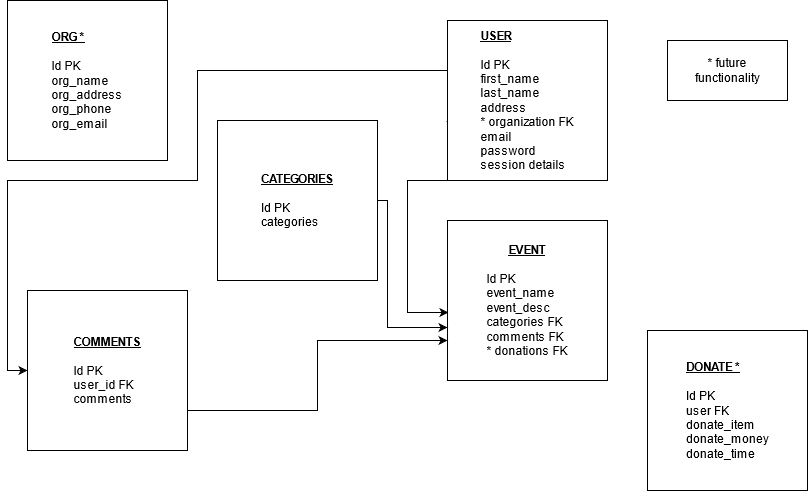
The draw.io diagram Circles DB.png in joyfullyx/project-2, before a commit. Source tidied: cells renumbered, new cells last; positions are measured from the earlier drawing's top-left corner, leaving out a move shared by most shapes.
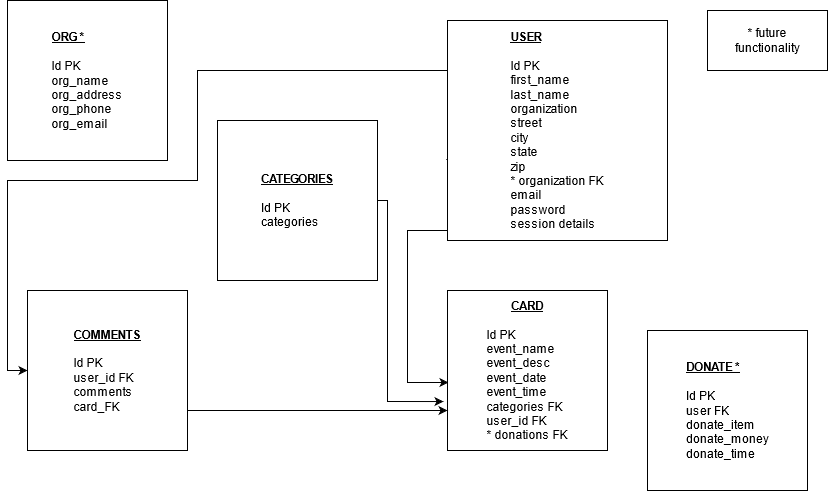
After the change.

Change to the diagram source:
```diff
@@ -1,4 +1,4 @@
-<mxGraphModel>
+<mxGraphModel background="#ffffff">
   <root>
     <mxCell id="0" />
     <mxCell id="1" parent="0" />
@@ -24,11 +24,11 @@
         </Array>
       </mxGeometry>
     </mxCell>
-    <mxCell id="4" value="&lt;div align=&quot;left&quot;&gt;&lt;u&gt;&lt;b&gt;USER&lt;/b&gt;&lt;/u&gt;&lt;/div&gt;&lt;div align=&quot;left&quot;&gt;&lt;u&gt;&lt;b&gt;&lt;/b&gt;&lt;/u&gt;&lt;br&gt;&lt;/div&gt;&lt;div align=&quot;left&quot;&gt;Id PK&lt;/div&gt;&lt;div align=&quot;left&quot;&gt;first_name&lt;/div&gt;&lt;div align=&quot;left&quot;&gt;last_name&lt;/div&gt;&lt;div align=&quot;left&quot;&gt;address&lt;br&gt;&lt;/div&gt;&lt;div align=&quot;left&quot;&gt;* organization FK&lt;br&gt;&lt;/div&gt;&lt;div align=&quot;left&quot;&gt;email&lt;/div&gt;&lt;div align=&quot;left&quot;&gt;password&lt;/div&gt;&lt;div align=&quot;left&quot;&gt;session details&lt;br&gt;&lt;/div&gt;" style="whiteSpace=wrap;html=1;" parent="1" vertex="1">
-      <mxGeometry x="440" y="20" width="160" height="160" as="geometry" />
+    <mxCell id="4" value="&lt;div align=&quot;left&quot;&gt;&lt;u&gt;&lt;b&gt;USER&lt;/b&gt;&lt;/u&gt;&lt;/div&gt;&lt;div align=&quot;left&quot;&gt;&lt;u&gt;&lt;b&gt;&lt;/b&gt;&lt;/u&gt;&lt;br&gt;&lt;/div&gt;&lt;div align=&quot;left&quot;&gt;Id PK&lt;/div&gt;&lt;div align=&quot;left&quot;&gt;first_name&lt;/div&gt;&lt;div align=&quot;left&quot;&gt;last_name&lt;/div&gt;&lt;div align=&quot;left&quot;&gt;organization&lt;br&gt;&lt;/div&gt;&lt;div align=&quot;left&quot;&gt;street&lt;/div&gt;&lt;div align=&quot;left&quot;&gt;city&lt;/div&gt;&lt;div align=&quot;left&quot;&gt;state&lt;/div&gt;&lt;div align=&quot;left&quot;&gt;zip&lt;br&gt;&lt;/div&gt;&lt;div align=&quot;left&quot;&gt;* organization FK&lt;br&gt;&lt;/div&gt;&lt;div align=&quot;left&quot;&gt;email&lt;/div&gt;&lt;div align=&quot;left&quot;&gt;password&lt;/div&gt;&lt;div align=&quot;left&quot;&gt;session details&lt;br&gt;&lt;/div&gt;" style="whiteSpace=wrap;html=1;" parent="1" vertex="1">
+      <mxGeometry x="440" y="20" width="220" height="220" as="geometry" />
     </mxCell>
-    <mxCell id="5" value="&lt;u&gt;&lt;b&gt;EVENT&lt;/b&gt;&lt;/u&gt;&lt;div align=&quot;left&quot;&gt;&lt;br&gt;&lt;/div&gt;&lt;div align=&quot;left&quot;&gt;Id PK&lt;/div&gt;&lt;div align=&quot;left&quot;&gt;event_name&lt;/div&gt;&lt;div align=&quot;left&quot;&gt;event_desc&lt;/div&gt;&lt;div align=&quot;left&quot;&gt;categories FK&lt;br&gt;&lt;/div&gt;&lt;div align=&quot;left&quot;&gt;comments FK&lt;br&gt;&lt;/div&gt;&lt;div align=&quot;left&quot;&gt;* donations FK&lt;br&gt;&lt;/div&gt;" style="whiteSpace=wrap;html=1;" parent="1" vertex="1">
-      <mxGeometry x="440" y="220" width="160" height="160" as="geometry" />
+    <mxCell id="5" value="&lt;u&gt;&lt;b&gt;CARD&lt;/b&gt;&lt;/u&gt;&lt;div align=&quot;left&quot;&gt;&lt;br&gt;&lt;/div&gt;&lt;div align=&quot;left&quot;&gt;Id PK&lt;/div&gt;&lt;div align=&quot;left&quot;&gt;event_name&lt;/div&gt;&lt;div align=&quot;left&quot;&gt;event_desc&lt;/div&gt;&lt;div align=&quot;left&quot;&gt;event_date&lt;/div&gt;&lt;div align=&quot;left&quot;&gt;event_time&lt;br&gt;&lt;/div&gt;&lt;div align=&quot;left&quot;&gt;categories FK&lt;br&gt;&lt;/div&gt;&lt;div align=&quot;left&quot;&gt;user_id FK&lt;br&gt;&lt;/div&gt;&lt;div align=&quot;left&quot;&gt;* donations FK&lt;br&gt;&lt;/div&gt;" style="whiteSpace=wrap;html=1;" parent="1" vertex="1">
+      <mxGeometry x="440" y="290" width="160" height="160" as="geometry" />
     </mxCell>
     <mxCell id="6" value="&lt;div align=&quot;left&quot;&gt;&lt;u&gt;&lt;b&gt;DONATE *&lt;br&gt;&lt;/b&gt;&lt;/u&gt;&lt;/div&gt;&lt;div align=&quot;left&quot;&gt;&lt;u&gt;&lt;b&gt;&lt;/b&gt;&lt;/u&gt;&lt;br&gt;&lt;/div&gt;&lt;div align=&quot;left&quot;&gt;Id PK&lt;/div&gt;&lt;div align=&quot;left&quot;&gt;user FK&lt;br&gt;&lt;/div&gt;&lt;div align=&quot;left&quot;&gt;donate_item&lt;/div&gt;&lt;div align=&quot;left&quot;&gt;donate_money&lt;/div&gt;&lt;div align=&quot;left&quot;&gt;donate_time&lt;br&gt;&lt;/div&gt;" style="whiteSpace=wrap;html=1;" parent="1" vertex="1">
       <mxGeometry x="640" y="330" width="160" height="160" as="geometry" />
@@ -36,20 +36,20 @@
     <mxCell id="7" style="edgeStyle=orthogonalEdgeStyle;rounded=0;jettySize=auto;html=1;exitX=1;exitY=0.75;exitDx=0;exitDy=0;entryX=0;entryY=0.75;entryDx=0;entryDy=0;" parent="1" edge="1" source="8" target="5">
       <mxGeometry relative="1" as="geometry" />
     </mxCell>
-    <mxCell id="8" value="&lt;u&gt;&lt;b&gt;COMMENTS&lt;/b&gt;&lt;/u&gt;&lt;div align=&quot;left&quot;&gt;&lt;u&gt;&lt;b&gt;&lt;/b&gt;&lt;/u&gt;&lt;br&gt;&lt;/div&gt;&lt;div align=&quot;left&quot;&gt;Id PK&lt;/div&gt;&lt;div align=&quot;left&quot;&gt;user_id FK&lt;br&gt;&lt;/div&gt;&lt;div align=&quot;left&quot;&gt;comments&lt;br&gt;&lt;/div&gt;" style="whiteSpace=wrap;html=1;" parent="1" vertex="1">
+    <mxCell id="8" value="&lt;u&gt;&lt;b&gt;COMMENTS&lt;/b&gt;&lt;/u&gt;&lt;div align=&quot;left&quot;&gt;&lt;u&gt;&lt;b&gt;&lt;/b&gt;&lt;/u&gt;&lt;br&gt;&lt;/div&gt;&lt;div align=&quot;left&quot;&gt;Id PK&lt;/div&gt;&lt;div align=&quot;left&quot;&gt;user_id FK&lt;br&gt;&lt;/div&gt;&lt;div align=&quot;left&quot;&gt;comments&lt;/div&gt;&lt;div align=&quot;left&quot;&gt;card_FK&lt;br&gt;&lt;/div&gt;" style="whiteSpace=wrap;html=1;" parent="1" vertex="1">
       <mxGeometry x="20" y="290" width="160" height="160" as="geometry" />
     </mxCell>
     <mxCell id="9" value="&lt;div&gt;* future&lt;/div&gt;&lt;div&gt;functionality&lt;br&gt;&lt;/div&gt;" style="rounded=0;whiteSpace=wrap;html=1;" parent="1" vertex="1">
-      <mxGeometry x="660" y="40" width="120" height="60" as="geometry" />
+      <mxGeometry x="700" y="10" width="120" height="60" as="geometry" />
     </mxCell>
     <mxCell id="10" value="&lt;div align=&quot;left&quot;&gt;&lt;u&gt;&lt;b&gt;ORG *&lt;br&gt;&lt;/b&gt;&lt;/u&gt;&lt;/div&gt;&lt;div align=&quot;left&quot;&gt;&lt;u&gt;&lt;b&gt;&lt;/b&gt;&lt;/u&gt;&lt;br&gt;&lt;/div&gt;&lt;div align=&quot;left&quot;&gt;Id PK&lt;br&gt;&lt;/div&gt;&lt;div align=&quot;left&quot;&gt;org_name&lt;/div&gt;&lt;div align=&quot;left&quot;&gt;org_address&lt;/div&gt;&lt;div align=&quot;left&quot;&gt;org_phone&lt;br&gt;&lt;/div&gt;&lt;div align=&quot;left&quot;&gt;org_email&lt;/div&gt;" style="whiteSpace=wrap;html=1;" parent="1" vertex="1">
       <mxGeometry width="160" height="160" as="geometry" />
     </mxCell>
-    <mxCell id="11" style="edgeStyle=orthogonalEdgeStyle;rounded=0;jettySize=auto;html=1;" parent="1" edge="1" source="12" target="5">
+    <mxCell id="11" style="edgeStyle=orthogonalEdgeStyle;rounded=0;jettySize=auto;html=1;entryX=-0.025;entryY=0.694;entryDx=0;entryDy=0;entryPerimeter=0;" parent="1" edge="1" source="12" target="5">
       <mxGeometry relative="1" as="geometry">
         <Array as="points">
           <mxPoint x="380" y="200" />
-          <mxPoint x="380" y="327" />
+          <mxPoint x="380" y="401" />
         </Array>
       </mxGeometry>
     </mxCell>
```
